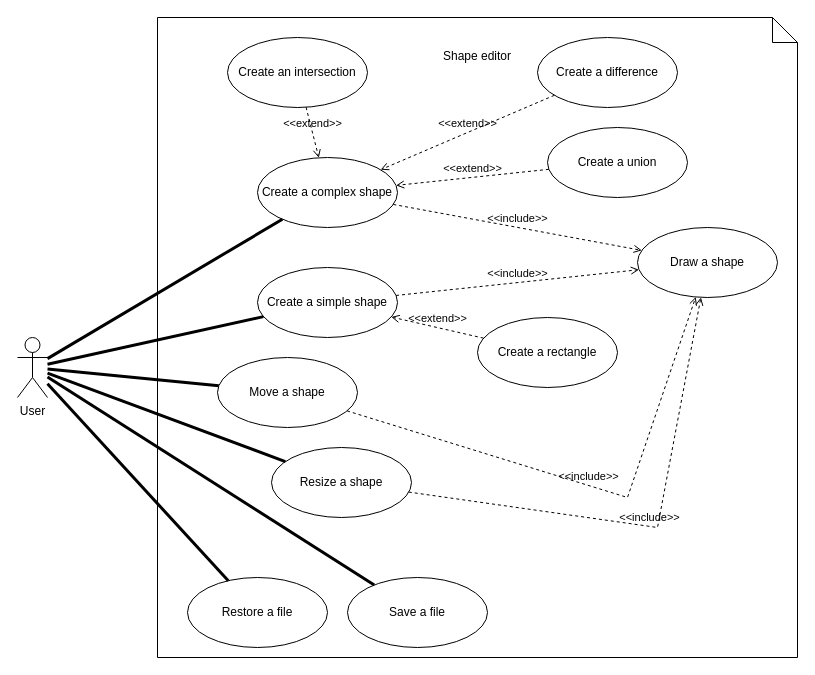
The draw.io diagram UML/Use case diagram.drawio in Burn3rII/shapeEditor, before the edit. Source tidied: cells renumbered, new cells numbered last; positions are measured from the earlier drawing's top-left corner, leaving out a move shared by most shapes. Both pictures are drawn from the tidied source at 100%, with x=0, y=0 at pixel (17, 17).
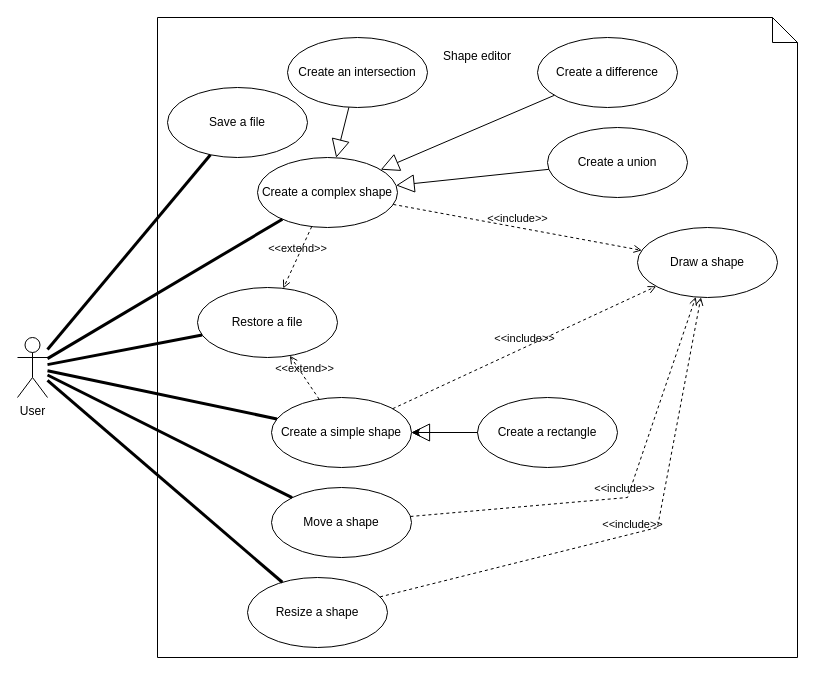
Above is the later version.

The change refers to these unchanged cells:
```xml
<mxCell id="15" value="Create a complex&amp;nbsp;shape" style="ellipse;whiteSpace=wrap;html=1;" parent="1" vertex="1">
  <mxGeometry x="240" y="140" width="140" height="70" as="geometry" />
</mxCell>
<mxCell id="18" value="Create a union" style="ellipse;whiteSpace=wrap;html=1;" parent="1" vertex="1">
  <mxGeometry x="530" y="110" width="140" height="70" as="geometry" />
</mxCell>
<mxCell id="19" value="Create a difference" style="ellipse;whiteSpace=wrap;html=1;" parent="1" vertex="1">
  <mxGeometry x="520" y="20" width="140" height="70" as="geometry" />
</mxCell>
```

Diff of the diagram source:
```diff
@@
     <mxCell id="3" value="Create a simple shape" style="ellipse;whiteSpace=wrap;html=1;" parent="1" vertex="1">
-      <mxGeometry x="240" y="250" width="140" height="70" as="geometry" />
+      <mxGeometry x="254" y="380" width="140" height="70" as="geometry" />
     </mxCell>
+    <mxCell id="29" style="edgeStyle=orthogonalEdgeStyle;rounded=0;jettySize=auto;html=1;" parent="1" edge="1" source="4" target="3">
+      <mxGeometry relative="1" as="geometry" />
+    </mxCell>
     <mxCell id="4" value="Create a rectangle" style="ellipse;whiteSpace=wrap;html=1;" parent="1" vertex="1">
-      <mxGeometry x="460" y="300" width="140" height="70" as="geometry" />
+      <mxGeometry x="460" y="380" width="140" height="70" as="geometry" />
     </mxCell>
     <mxCell id="5" value="Move&amp;nbsp;a shape" style="ellipse;whiteSpace=wrap;html=1;" parent="1" vertex="1">
-      <mxGeometry x="200" y="340" width="140" height="70" as="geometry" />
+      <mxGeometry x="254" y="470" width="140" height="70" as="geometry" />
     </mxCell>
     <mxCell id="6" value="Resize&amp;nbsp;a shape" style="ellipse;whiteSpace=wrap;html=1;" parent="1" vertex="1">
-      <mxGeometry x="254" y="430" width="140" height="70" as="geometry" />
+      <mxGeometry x="230" y="560" width="140" height="70" as="geometry" />
     </mxCell>
     <mxCell id="7" value="Save a file" style="ellipse;whiteSpace=wrap;html=1;" parent="1" vertex="1">
-      <mxGeometry x="330" y="560" width="140" height="70" as="geometry" />
+      <mxGeometry x="150" y="70" width="140" height="70" as="geometry" />
     </mxCell>
     <mxCell id="8" value="Restore a file" style="ellipse;whiteSpace=wrap;html=1;" parent="1" vertex="1">
-      <mxGeometry x="170" y="560" width="140" height="70" as="geometry" />
+      <mxGeometry x="180" y="270" width="140" height="70" as="geometry" />
     </mxCell>
@@
     <mxCell id="17" value="Create an intersection" style="ellipse;whiteSpace=wrap;html=1;" parent="1" vertex="1">
-      <mxGeometry x="210" y="20" width="140" height="70" as="geometry" />
+      <mxGeometry x="270" y="20" width="140" height="70" as="geometry" />
     </mxCell>
@@
-    <mxCell id="20" value="&amp;lt;&amp;lt;extend&amp;gt;&amp;gt;" style="html=1;verticalAlign=bottom;labelBackgroundColor=none;endArrow=open;endFill=0;dashed=1;rounded=0;" parent="1" edge="1" source="17" target="15">
-      <mxGeometry relative="1" as="geometry" />
-    </mxCell>
-    <mxCell id="21" value="&amp;lt;&amp;lt;extend&amp;gt;&amp;gt;" style="html=1;verticalAlign=bottom;labelBackgroundColor=none;endArrow=open;endFill=0;dashed=1;rounded=0;" parent="1" edge="1" source="19" target="15">
-      <mxGeometry relative="1" as="geometry" />
-    </mxCell>
-    <mxCell id="22" value="&amp;lt;&amp;lt;extend&amp;gt;&amp;gt;" style="html=1;verticalAlign=bottom;labelBackgroundColor=none;endArrow=open;endFill=0;dashed=1;rounded=0;" parent="1" edge="1" source="18" target="15">
-      <mxGeometry relative="1" as="geometry" />
-    </mxCell>
-    <mxCell id="23" value="&amp;lt;&amp;lt;extend&amp;gt;&amp;gt;" style="html=1;verticalAlign=bottom;labelBackgroundColor=none;endArrow=open;endFill=0;dashed=1;rounded=0;" parent="1" edge="1" source="4" target="3">
-      <mxGeometry relative="1" as="geometry" />
-    </mxCell>
@@
+    <mxCell id="30" value="&amp;lt;&amp;lt;extend&amp;gt;&amp;gt;" style="html=1;verticalAlign=bottom;labelBackgroundColor=none;endArrow=open;endFill=0;dashed=1;rounded=0;" parent="1" edge="1" source="15" target="8">
+      <mxGeometry relative="1" as="geometry" />
+    </mxCell>
+    <mxCell id="31" value="&amp;lt;&amp;lt;extend&amp;gt;&amp;gt;" style="html=1;verticalAlign=bottom;labelBackgroundColor=none;endArrow=open;endFill=0;dashed=1;rounded=0;" parent="1" edge="1" source="3" target="8">
+      <mxGeometry relative="1" as="geometry" />
+    </mxCell>
+    <mxCell id="22" style="endArrow=block;endSize=16;endFill=0;html=1;rounded=0;" parent="1" edge="1" source="18" target="15">
+      <mxGeometry relative="1" as="geometry" />
+    </mxCell>
+    <mxCell id="21" style="endArrow=block;endSize=16;endFill=0;html=1;rounded=0;" parent="1" edge="1" source="19" target="15">
+      <mxGeometry relative="1" as="geometry" />
+    </mxCell>
+    <mxCell id="20" style="endArrow=block;endSize=16;endFill=0;html=1;rounded=0;" parent="1" edge="1" source="17" target="15">
+      <mxGeometry relative="1" as="geometry" />
+    </mxCell>
+    <mxCell id="32" style="endArrow=block;endSize=16;endFill=0;html=1;rounded=0;" parent="1" edge="1" source="4" target="3">
+      <mxGeometry relative="1" as="geometry" />
+    </mxCell>
```
